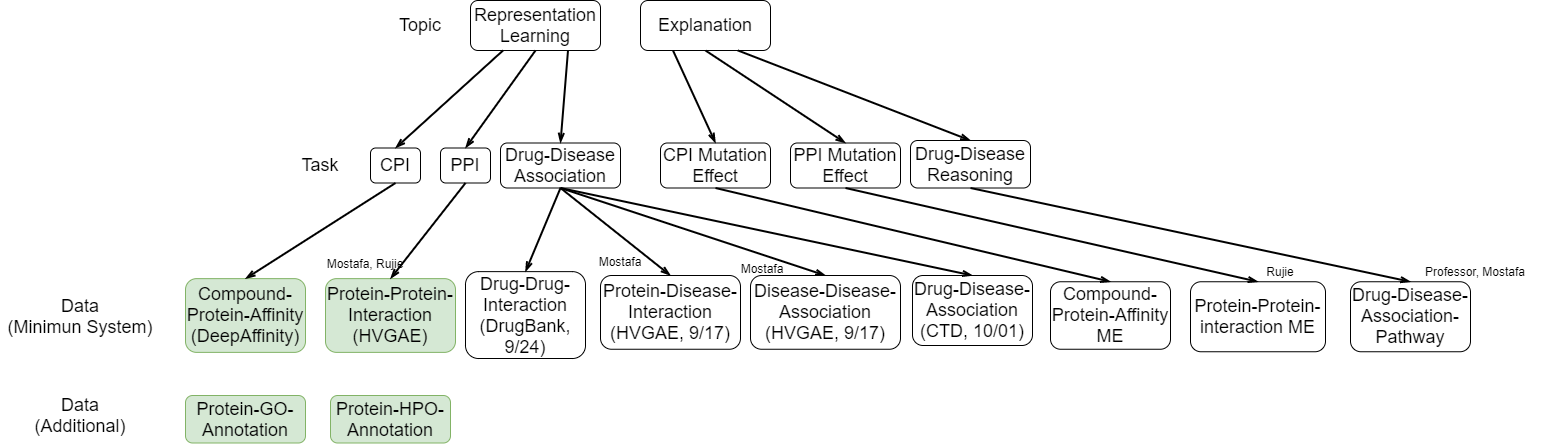
Earlier version of the draw.io export blueprint.png (wuweitan/data-infrastructure). Source tidied: cells renumbered, new cells last; positions are measured from the earlier drawing's top-left corner, leaving out a move shared by most shapes.
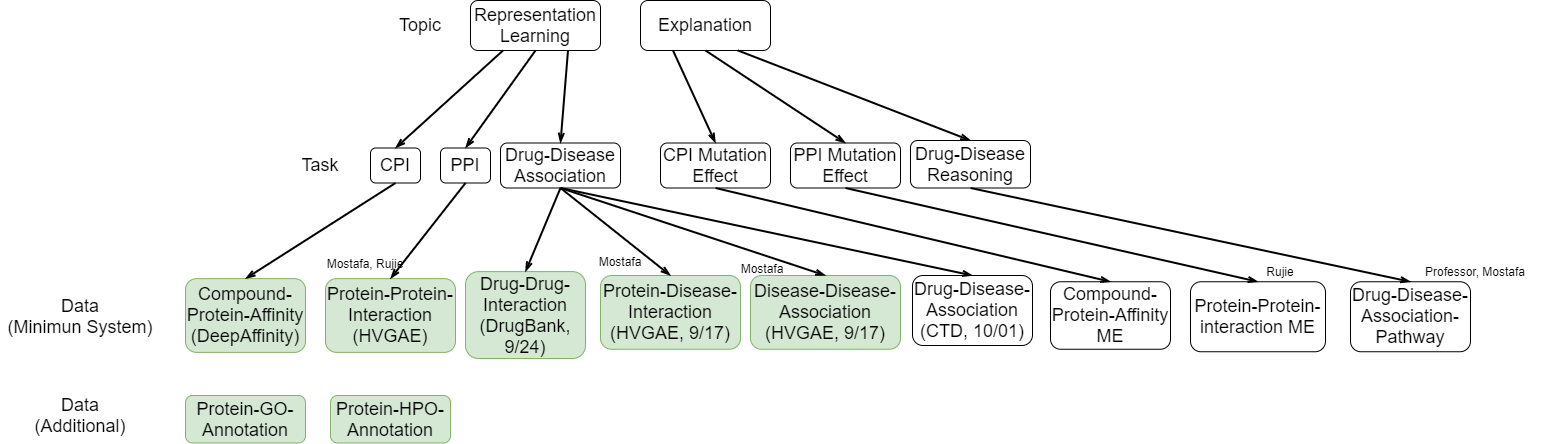
Above is the later version.

What changed in the source:
```diff
@@ -59,7 +59,7 @@
     <mxCell id="20" value="&lt;font style=&quot;font-size: 18px&quot;&gt;Protein-Protein-Interaction&lt;br&gt;(HVGAE)&lt;br&gt;&lt;/font&gt;" style="rounded=1;whiteSpace=wrap;html=1;fillColor=#d5e8d4;strokeColor=#82b366;" parent="1" vertex="1">
       <mxGeometry x="325" y="278.1" width="130" height="73.8" as="geometry" />
     </mxCell>
-    <mxCell id="21" value="&lt;font style=&quot;font-size: 18px&quot;&gt;Drug-Drug-Interaction&lt;br&gt;(DrugBank, 9/24)&lt;br&gt;&lt;/font&gt;" style="rounded=1;whiteSpace=wrap;html=1;" parent="1" vertex="1">
+    <mxCell id="21" value="&lt;font style=&quot;font-size: 18px&quot;&gt;Drug-Drug-Interaction&lt;br&gt;(DrugBank, 9/24)&lt;br&gt;&lt;/font&gt;" style="rounded=1;whiteSpace=wrap;html=1;fillColor=#d5e8d4;strokeColor=#82b366;" parent="1" vertex="1">
       <mxGeometry x="465" y="271.1" width="120" height="86.9" as="geometry" />
     </mxCell>
     <mxCell id="22" value="&lt;font style=&quot;font-size: 18px&quot;&gt;Drug-Disease-Association&lt;br&gt;(CTD, 10/01)&lt;br&gt;&lt;/font&gt;" style="rounded=1;whiteSpace=wrap;html=1;" parent="1" vertex="1">
@@ -101,7 +101,7 @@
     <mxCell id="34" style="endArrow=openThin;html=1;exitX=0.5;exitY=1;exitDx=0;exitDy=0;entryX=0.5;entryY=0;entryDx=0;entryDy=0;strokeWidth=2;endFill=0;" parent="1" edge="1" source="8" target="25">
       <mxGeometry relative="1" as="geometry" />
     </mxCell>
-    <mxCell id="35" value="&lt;font style=&quot;font-size: 18px&quot;&gt;Disease-Disease-Association&lt;br&gt;(HVGAE, 9/17)&lt;br&gt;&lt;/font&gt;" style="rounded=1;whiteSpace=wrap;html=1;" parent="1" vertex="1">
+    <mxCell id="35" value="&lt;font style=&quot;font-size: 18px&quot;&gt;Disease-Disease-Association&lt;br&gt;(HVGAE, 9/17)&lt;br&gt;&lt;/font&gt;" style="rounded=1;whiteSpace=wrap;html=1;fillColor=#d5e8d4;strokeColor=#82b366;" parent="1" vertex="1">
       <mxGeometry x="750" y="275" width="150" height="73.8" as="geometry" />
     </mxCell>
     <mxCell id="36" style="endArrow=openThin;html=1;exitX=0.5;exitY=1;exitDx=0;exitDy=0;entryX=0.5;entryY=0;entryDx=0;entryDy=0;strokeWidth=2;endFill=0;" parent="1" edge="1" source="9" target="35">
@@ -119,7 +119,7 @@
     <mxCell id="40" value="Professor, Mostafa" style="text;html=1;strokeColor=none;fillColor=none;align=center;verticalAlign=middle;whiteSpace=wrap;rounded=0;" parent="1" vertex="1">
       <mxGeometry x="1410" y="261.2" width="130" height="20" as="geometry" />
     </mxCell>
-    <mxCell id="41" value="&lt;font style=&quot;font-size: 18px&quot;&gt;Protein-Disease-Interaction&lt;br&gt;(HVGAE, 9/17)&lt;br&gt;&lt;/font&gt;" style="rounded=1;whiteSpace=wrap;html=1;" parent="1" vertex="1">
+    <mxCell id="41" value="&lt;font style=&quot;font-size: 18px&quot;&gt;Protein-Disease-Interaction&lt;br&gt;(HVGAE, 9/17)&lt;br&gt;&lt;/font&gt;" style="rounded=1;whiteSpace=wrap;html=1;fillColor=#d5e8d4;strokeColor=#82b366;" parent="1" vertex="1">
       <mxGeometry x="600" y="275" width="140" height="73.8" as="geometry" />
     </mxCell>
     <mxCell id="42" style="endArrow=openThin;html=1;exitX=0.5;exitY=1;exitDx=0;exitDy=0;entryX=0.5;entryY=0;entryDx=0;entryDy=0;strokeWidth=2;endFill=0;" parent="1" edge="1" source="9" target="41">
```
